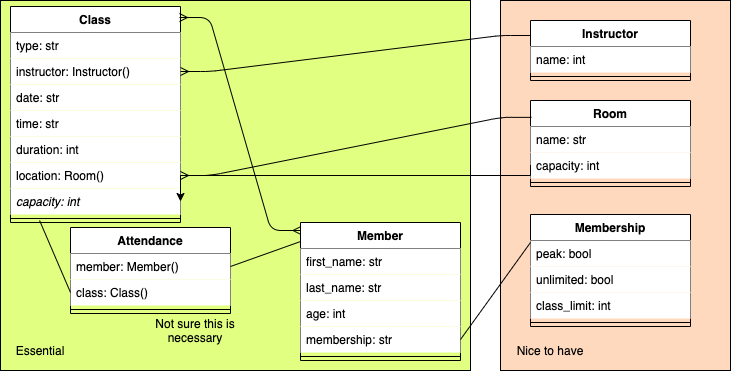
StuMcA/gym_member_app keeps this draw.io diagram as gym_class_diagram.png. Above is the earlier version. Source tidied: cells renumbered, new cells last; positions are measured from the earlier drawing's top-left corner, leaving out a move shared by most shapes.
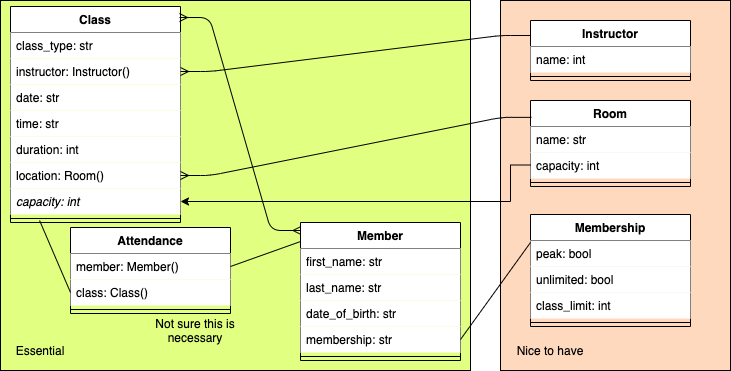
The same file after the commit.

The edit, as a diff of the source:
```diff
@@ -11,7 +11,7 @@
     <mxCell id="4" value="Class" style="swimlane;fontStyle=1;align=center;verticalAlign=top;horizontal=1;startSize=26;" parent="1" vertex="1">
       <mxGeometry x="10" y="6" width="170" height="216" as="geometry" />
     </mxCell>
-    <mxCell id="5" value="type: str" style="text;strokeColor=none;fillColor=#FFFFFF;align=left;verticalAlign=top;spacingLeft=4;spacingRight=4;overflow=hidden;" parent="4" vertex="1">
+    <mxCell id="5" value="class_type: str" style="text;strokeColor=none;fillColor=#FFFFFF;align=left;verticalAlign=top;spacingLeft=4;spacingRight=4;overflow=hidden;" parent="4" vertex="1">
       <mxGeometry y="26" width="170" height="26" as="geometry" />
     </mxCell>
     <mxCell id="6" value="instructor: Instructor()" style="text;strokeColor=none;fillColor=#FFFFFF;align=left;verticalAlign=top;spacingLeft=4;spacingRight=4;overflow=hidden;points=[[0,0.5],[1,0.5]];portConstraint=eastwest;" parent="4" vertex="1">
@@ -44,7 +44,7 @@
     <mxCell id="15" value="last_name: str" style="text;strokeColor=none;fillColor=#FFFFFF;align=left;verticalAlign=top;spacingLeft=4;spacingRight=4;overflow=hidden;" parent="13" vertex="1">
       <mxGeometry y="52" width="160" height="26" as="geometry" />
     </mxCell>
-    <mxCell id="16" value="age: int" style="text;strokeColor=none;fillColor=#FFFFFF;align=left;verticalAlign=top;spacingLeft=4;spacingRight=4;overflow=hidden;" parent="13" vertex="1">
+    <mxCell id="16" value="date_of_birth: str" style="text;strokeColor=none;fillColor=#FFFFFF;align=left;verticalAlign=top;spacingLeft=4;spacingRight=4;overflow=hidden;" parent="13" vertex="1">
       <mxGeometry y="78" width="160" height="26" as="geometry" />
     </mxCell>
     <mxCell id="17" value="membership: str" style="text;strokeColor=none;fillColor=#FFFFFF;align=left;verticalAlign=top;spacingLeft=4;spacingRight=4;overflow=hidden;points=[[0,0.5],[1,0.5]];portConstraint=eastwest;" parent="13" vertex="1">
@@ -77,7 +77,8 @@
     <mxCell id="26" style="edgeStyle=orthogonalEdgeStyle;rounded=0;jettySize=auto;html=1;entryX=1;entryY=0.5;entryDx=0;entryDy=0;exitX=0;exitY=0.75;exitDx=0;exitDy=0;" parent="1" edge="1" source="22" target="11">
       <mxGeometry relative="1" as="geometry">
         <Array as="points">
-          <mxPoint x="530" y="175" />
+          <mxPoint x="510" y="165" />
+          <mxPoint x="510" y="201" />
         </Array>
       </mxGeometry>
     </mxCell>
```
